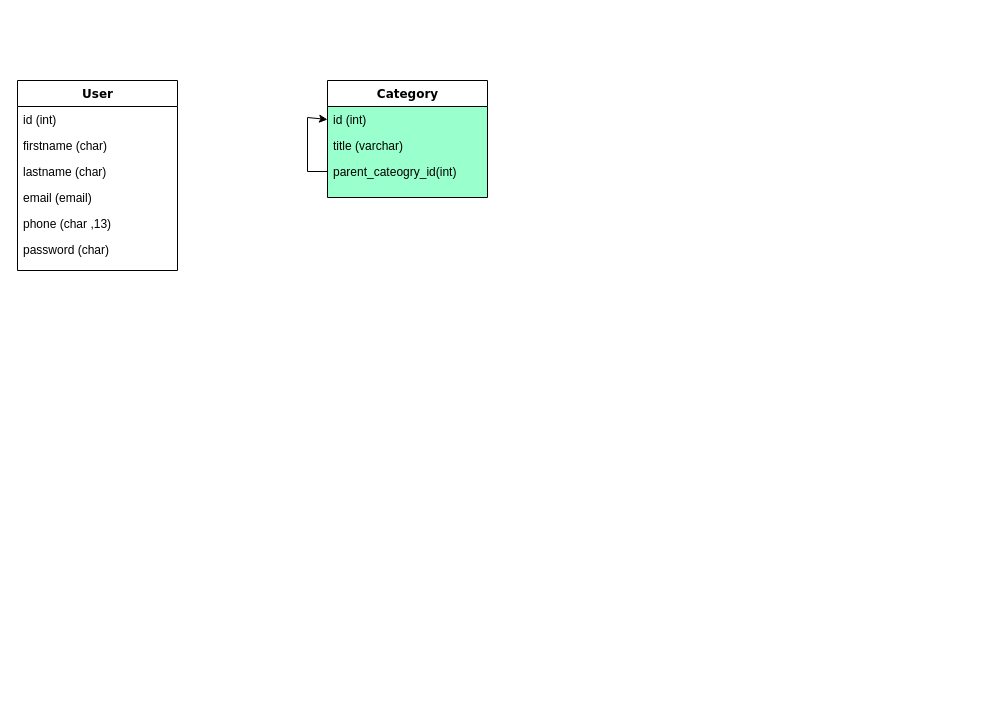
kamrannar/E-commerce-Sellshop keeps this draw.io diagram as Untitled Diagram.drawio. Above is the earlier version. Source tidied: cells renumbered, new cells numbered last; positions are measured from the earlier drawing's top-left corner, leaving out a move shared by most shapes. Both pictures are drawn from the tidied source at 100%, with x=0, y=0 at pixel (17, 80).
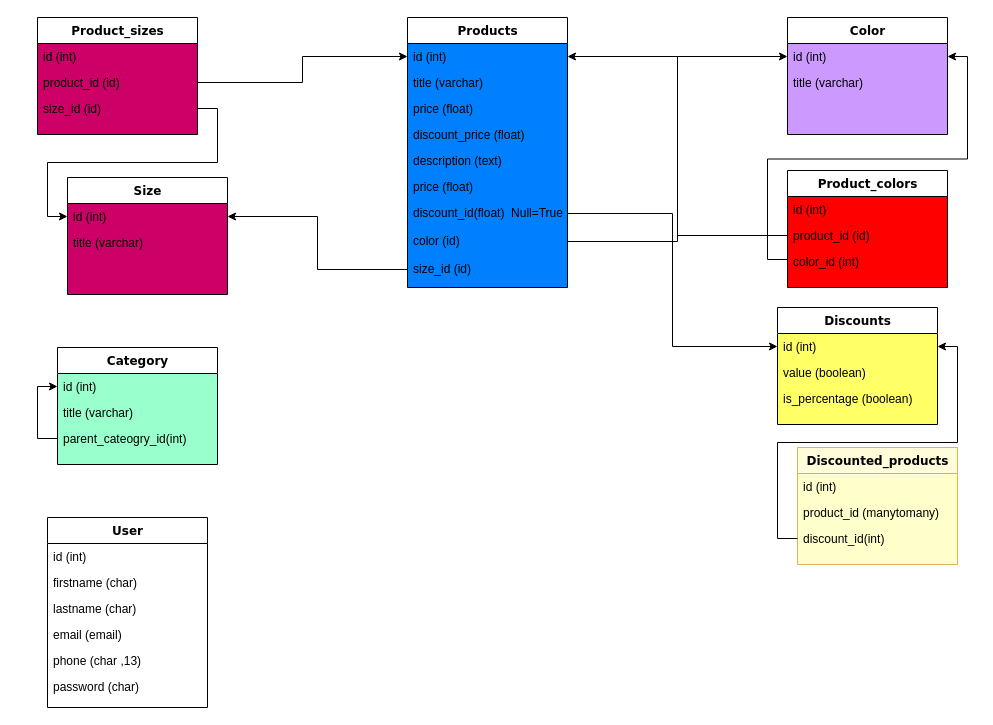
After the change.

Unchanged cells that the change refers to:
```xml
<mxCell id="10" value="id (int)" style="text;html=1;strokeColor=none;fillColor=none;align=left;verticalAlign=top;spacingLeft=4;spacingRight=4;whiteSpace=wrap;overflow=hidden;points=[[0,0.5],[1,0.5]];portConstraint=eastwest;" parent="9" vertex="1">
  <mxGeometry y="26" width="160" height="26" as="geometry" />
</mxCell>
<mxCell id="13" value="parent_cateogry_id(int)" style="text;html=1;strokeColor=none;fillColor=none;align=left;verticalAlign=top;spacingLeft=4;spacingRight=4;whiteSpace=wrap;overflow=hidden;points=[[0,0.5],[1,0.5]];portConstraint=eastwest;" parent="9" vertex="1">
  <mxGeometry y="78" width="160" height="26" as="geometry" />
</mxCell>
```

What changed in the source:
```diff
@@
     <mxCell id="2" value="User" style="swimlane;html=1;fontStyle=1;align=center;verticalAlign=top;horizontal=1;startSize=26;swimlaneFillColor=#ffffff;rounded=0;shadow=0;comic=0;labelBackgroundColor=none;strokeWidth=1;fillColor=none;fontFamily=Verdana;fontSize=12;" parent="1" vertex="1">
-      <mxGeometry width="160" height="190" as="geometry" />
+      <mxGeometry x="30" y="437" width="160" height="190" as="geometry" />
     </mxCell>
@@
     <mxCell id="9" value="Category" style="swimlane;html=1;fontStyle=1;align=center;verticalAlign=top;horizontal=1;startSize=26;swimlaneFillColor=#99FFCC;rounded=0;shadow=0;comic=0;labelBackgroundColor=none;strokeWidth=1;fillColor=none;fontFamily=Verdana;fontSize=12;" parent="1" vertex="1">
-      <mxGeometry x="310" width="160" height="117" as="geometry" />
+      <mxGeometry x="40" y="267" width="160" height="117" as="geometry" />
     </mxCell>
@@
-    <mxCell id="12" style="endArrow=classic;html=1;rounded=0;entryX=0;entryY=0.5;entryDx=0;entryDy=0;exitX=0;exitY=0.5;exitDx=0;exitDy=0;" parent="9" edge="1" source="13" target="10">
-      <mxGeometry relative="1" as="geometry">
-        <Array as="points">
-          <mxPoint x="-20" y="91" />
-          <mxPoint x="-20" y="37" />
-        </Array>
-      </mxGeometry>
+    <mxCell id="12" style="edgeStyle=orthogonalEdgeStyle;rounded=0;jettySize=auto;html=1;exitX=0;exitY=0.5;exitDx=0;exitDy=0;entryX=0;entryY=0.5;entryDx=0;entryDy=0;" parent="9" edge="1" source="13" target="10">
+      <mxGeometry relative="1" as="geometry" />
     </mxCell>
@@
+    <mxCell id="14" value="Color" style="swimlane;html=1;fontStyle=1;align=center;verticalAlign=top;horizontal=1;startSize=26;swimlaneFillColor=#CC99FF;rounded=0;shadow=0;comic=0;labelBackgroundColor=none;strokeWidth=1;fillColor=none;fontFamily=Verdana;fontSize=12;" parent="1" vertex="1">
+      <mxGeometry x="770" y="-63" width="160" height="117" as="geometry" />
+    </mxCell>
+    <mxCell id="15" value="id (int)" style="text;html=1;strokeColor=none;fillColor=none;align=left;verticalAlign=top;spacingLeft=4;spacingRight=4;whiteSpace=wrap;overflow=hidden;points=[[0,0.5],[1,0.5]];portConstraint=eastwest;" parent="14" vertex="1">
+      <mxGeometry y="26" width="160" height="26" as="geometry" />
+    </mxCell>
+    <mxCell id="16" value="title (varchar)" style="text;html=1;strokeColor=none;fillColor=none;align=left;verticalAlign=top;spacingLeft=4;spacingRight=4;whiteSpace=wrap;overflow=hidden;" parent="14" vertex="1">
+      <mxGeometry y="52" width="160" height="26" as="geometry" />
+    </mxCell>
+    <mxCell id="17" value="Size" style="swimlane;html=1;fontStyle=1;align=center;verticalAlign=top;horizontal=1;startSize=26;swimlaneFillColor=#CC0066;rounded=0;shadow=0;comic=0;labelBackgroundColor=none;strokeWidth=1;fillColor=none;fontFamily=Verdana;fontSize=12;" parent="1" vertex="1">
+      <mxGeometry x="50" y="97" width="160" height="117" as="geometry" />
+    </mxCell>
+    <mxCell id="18" value="id (int)" style="text;html=1;strokeColor=none;fillColor=none;align=left;verticalAlign=top;spacingLeft=4;spacingRight=4;whiteSpace=wrap;overflow=hidden;points=[[0,0.5],[1,0.5]];portConstraint=eastwest;" parent="17" vertex="1">
+      <mxGeometry y="26" width="160" height="26" as="geometry" />
+    </mxCell>
+    <mxCell id="19" value="title (varchar)" style="text;html=1;strokeColor=none;fillColor=none;align=left;verticalAlign=top;spacingLeft=4;spacingRight=4;whiteSpace=wrap;overflow=hidden;" parent="17" vertex="1">
+      <mxGeometry y="52" width="160" height="26" as="geometry" />
+    </mxCell>
+    <mxCell id="20" value="Products" style="swimlane;html=1;fontStyle=1;align=center;verticalAlign=top;horizontal=1;startSize=26;swimlaneFillColor=#007FFF;rounded=0;shadow=0;comic=0;labelBackgroundColor=none;strokeWidth=1;fillColor=none;fontFamily=Verdana;fontSize=12;" parent="1" vertex="1">
+      <mxGeometry x="390" y="-63" width="160" height="270" as="geometry" />
+    </mxCell>
+    <mxCell id="21" value="id (int)" style="text;html=1;strokeColor=none;fillColor=none;align=left;verticalAlign=top;spacingLeft=4;spacingRight=4;whiteSpace=wrap;overflow=hidden;points=[[0,0.5],[1,0.5]];portConstraint=eastwest;" parent="20" vertex="1">
+      <mxGeometry y="26" width="160" height="26" as="geometry" />
+    </mxCell>
+    <mxCell id="22" value="title (varchar)" style="text;html=1;strokeColor=none;fillColor=none;align=left;verticalAlign=top;spacingLeft=4;spacingRight=4;whiteSpace=wrap;overflow=hidden;" parent="20" vertex="1">
+      <mxGeometry y="52" width="160" height="26" as="geometry" />
+    </mxCell>
+    <mxCell id="23" value="price (float)&lt;br&gt;&lt;br&gt;" style="text;html=1;strokeColor=none;fillColor=none;align=left;verticalAlign=top;spacingLeft=4;spacingRight=4;whiteSpace=wrap;overflow=hidden;" parent="20" vertex="1">
+      <mxGeometry y="78" width="160" height="26" as="geometry" />
+    </mxCell>
+    <mxCell id="24" value="discount_price (float)&lt;br&gt;" style="text;html=1;strokeColor=none;fillColor=none;align=left;verticalAlign=top;spacingLeft=4;spacingRight=4;whiteSpace=wrap;overflow=hidden;" parent="20" vertex="1">
+      <mxGeometry y="104" width="160" height="26" as="geometry" />
+    </mxCell>
+    <mxCell id="25" value="description (text)" style="text;html=1;strokeColor=none;fillColor=none;align=left;verticalAlign=top;spacingLeft=4;spacingRight=4;whiteSpace=wrap;overflow=hidden;" parent="20" vertex="1">
+      <mxGeometry y="130" width="160" height="26" as="geometry" />
+    </mxCell>
+    <mxCell id="26" value="price (float)&lt;br&gt;&lt;br&gt;" style="text;html=1;strokeColor=none;fillColor=none;align=left;verticalAlign=top;spacingLeft=4;spacingRight=4;whiteSpace=wrap;overflow=hidden;" parent="20" vertex="1">
+      <mxGeometry y="156" width="160" height="26" as="geometry" />
+    </mxCell>
+    <mxCell id="27" value="discount_id(float)&amp;nbsp; Null=True" style="text;html=1;strokeColor=none;fillColor=none;align=left;verticalAlign=top;spacingLeft=4;spacingRight=4;whiteSpace=wrap;overflow=hidden;points=[[0,0.5],[1,0.5]];portConstraint=eastwest;" parent="20" vertex="1">
+      <mxGeometry y="182" width="160" height="28" as="geometry" />
+    </mxCell>
+    <mxCell id="28" value="color (id)&amp;nbsp;" style="text;html=1;strokeColor=none;fillColor=none;align=left;verticalAlign=top;spacingLeft=4;spacingRight=4;whiteSpace=wrap;overflow=hidden;points=[[0,0.5],[1,0.5]];portConstraint=eastwest;" parent="20" vertex="1">
+      <mxGeometry y="210" width="160" height="28" as="geometry" />
+    </mxCell>
+    <mxCell id="29" value="size_id (id)&amp;nbsp;" style="text;html=1;strokeColor=none;fillColor=none;align=left;verticalAlign=top;spacingLeft=4;spacingRight=4;whiteSpace=wrap;overflow=hidden;points=[[0,0.5],[1,0.5]];portConstraint=eastwest;" parent="20" vertex="1">
+      <mxGeometry y="238" width="160" height="28" as="geometry" />
+    </mxCell>
+    <mxCell id="30" value="Discounts" style="swimlane;html=1;fontStyle=1;align=center;verticalAlign=top;horizontal=1;startSize=26;swimlaneFillColor=#FFFF66;rounded=0;shadow=0;comic=0;labelBackgroundColor=none;strokeWidth=1;fillColor=none;fontFamily=Verdana;fontSize=12;" parent="1" vertex="1">
+      <mxGeometry x="760" y="227" width="160" height="117" as="geometry" />
+    </mxCell>
+    <mxCell id="31" value="id (int)" style="text;html=1;strokeColor=none;fillColor=none;align=left;verticalAlign=top;spacingLeft=4;spacingRight=4;whiteSpace=wrap;overflow=hidden;points=[[0,0.5],[1,0.5]];portConstraint=eastwest;" parent="30" vertex="1">
+      <mxGeometry y="26" width="160" height="26" as="geometry" />
+    </mxCell>
+    <mxCell id="32" value="value (boolean)&lt;br&gt;&lt;br&gt;" style="text;html=1;strokeColor=none;fillColor=none;align=left;verticalAlign=top;spacingLeft=4;spacingRight=4;whiteSpace=wrap;overflow=hidden;" parent="30" vertex="1">
+      <mxGeometry y="52" width="160" height="26" as="geometry" />
+    </mxCell>
+    <mxCell id="33" value="is_percentage (boolean)" style="text;html=1;strokeColor=none;fillColor=none;align=left;verticalAlign=top;spacingLeft=4;spacingRight=4;whiteSpace=wrap;overflow=hidden;" parent="30" vertex="1">
+      <mxGeometry y="78" width="160" height="26" as="geometry" />
+    </mxCell>
+    <mxCell id="34" value="Discounted_products" style="swimlane;html=1;fontStyle=1;align=center;verticalAlign=top;horizontal=1;startSize=26;swimlaneFillColor=#FFFFCC;rounded=0;shadow=0;comic=0;labelBackgroundColor=none;strokeWidth=1;fillColor=#FFFCD9;fontFamily=Verdana;fontSize=12;strokeColor=#d6b656;" parent="1" vertex="1">
+      <mxGeometry x="780" y="367" width="160" height="117" as="geometry" />
+    </mxCell>
+    <mxCell id="35" value="id (int)" style="text;html=1;strokeColor=none;fillColor=none;align=left;verticalAlign=top;spacingLeft=4;spacingRight=4;whiteSpace=wrap;overflow=hidden;" parent="34" vertex="1">
+      <mxGeometry y="26" width="160" height="26" as="geometry" />
+    </mxCell>
+    <mxCell id="36" value="product_id (manytomany)" style="text;html=1;strokeColor=none;fillColor=none;align=left;verticalAlign=top;spacingLeft=4;spacingRight=4;whiteSpace=wrap;overflow=hidden;" parent="34" vertex="1">
+      <mxGeometry y="52" width="160" height="26" as="geometry" />
+    </mxCell>
+    <mxCell id="37" value="discount_id(int)" style="text;html=1;strokeColor=none;fillColor=none;align=left;verticalAlign=top;spacingLeft=4;spacingRight=4;whiteSpace=wrap;overflow=hidden;points=[[0,0.5],[1,0.5]];portConstraint=eastwest;" parent="34" vertex="1">
+      <mxGeometry y="78" width="160" height="26" as="geometry" />
+    </mxCell>
+    <mxCell id="38" style="edgeStyle=orthogonalEdgeStyle;rounded=0;jettySize=auto;html=1;exitX=0;exitY=0.5;exitDx=0;exitDy=0;entryX=1;entryY=0.5;entryDx=0;entryDy=0;" parent="1" edge="1" source="37" target="31">
+      <mxGeometry relative="1" as="geometry" />
+    </mxCell>
+    <mxCell id="39" value="Product_sizes" style="swimlane;html=1;fontStyle=1;align=center;verticalAlign=top;horizontal=1;startSize=26;swimlaneFillColor=#CC0066;rounded=0;shadow=0;comic=0;labelBackgroundColor=none;strokeWidth=1;fillColor=none;fontFamily=Verdana;fontSize=12;" parent="1" vertex="1">
+      <mxGeometry x="20" y="-63" width="160" height="117" as="geometry" />
+    </mxCell>
+    <mxCell id="40" value="id (int)" style="text;html=1;strokeColor=none;fillColor=none;align=left;verticalAlign=top;spacingLeft=4;spacingRight=4;whiteSpace=wrap;overflow=hidden;" parent="39" vertex="1">
+      <mxGeometry y="26" width="160" height="26" as="geometry" />
+    </mxCell>
+    <mxCell id="41" value="product_id (id)" style="text;html=1;strokeColor=none;fillColor=none;align=left;verticalAlign=top;spacingLeft=4;spacingRight=4;whiteSpace=wrap;overflow=hidden;points=[[0,0.5],[1,0.5]];portConstraint=eastwest;" parent="39" vertex="1">
+      <mxGeometry y="52" width="160" height="26" as="geometry" />
+    </mxCell>
+    <mxCell id="42" value="size_id (id)" style="text;html=1;strokeColor=none;fillColor=none;align=left;verticalAlign=top;spacingLeft=4;spacingRight=4;whiteSpace=wrap;overflow=hidden;points=[[0,0.5],[1,0.5]];portConstraint=eastwest;" parent="39" vertex="1">
+      <mxGeometry y="78" width="160" height="26" as="geometry" />
+    </mxCell>
+    <mxCell id="43" value="Product_colors" style="swimlane;html=1;fontStyle=1;align=center;verticalAlign=top;horizontal=1;startSize=26;swimlaneFillColor=#FF0000;rounded=0;shadow=0;comic=0;labelBackgroundColor=none;strokeWidth=1;fillColor=none;fontFamily=Verdana;fontSize=12;" parent="1" vertex="1">
+      <mxGeometry x="770" y="90" width="160" height="117" as="geometry" />
+    </mxCell>
+    <mxCell id="44" value="id (int)" style="text;html=1;strokeColor=none;fillColor=none;align=left;verticalAlign=top;spacingLeft=4;spacingRight=4;whiteSpace=wrap;overflow=hidden;" parent="43" vertex="1">
+      <mxGeometry y="26" width="160" height="26" as="geometry" />
+    </mxCell>
+    <mxCell id="45" value="product_id (id)" style="text;html=1;strokeColor=none;fillColor=none;align=left;verticalAlign=top;spacingLeft=4;spacingRight=4;whiteSpace=wrap;overflow=hidden;points=[[0,0.5],[1,0.5]];portConstraint=eastwest;" parent="43" vertex="1">
+      <mxGeometry y="52" width="160" height="26" as="geometry" />
+    </mxCell>
+    <mxCell id="46" value="color_id (int)" style="text;html=1;strokeColor=none;fillColor=none;align=left;verticalAlign=top;spacingLeft=4;spacingRight=4;whiteSpace=wrap;overflow=hidden;points=[[0,0.5],[1,0.5]];portConstraint=eastwest;" parent="43" vertex="1">
+      <mxGeometry y="78" width="160" height="22" as="geometry" />
+    </mxCell>
+    <mxCell id="47" style="edgeStyle=orthogonalEdgeStyle;rounded=0;jettySize=auto;html=1;" parent="1" edge="1" source="29" target="18">
+      <mxGeometry relative="1" as="geometry" />
+    </mxCell>
+    <mxCell id="48" style="edgeStyle=orthogonalEdgeStyle;rounded=0;jettySize=auto;html=1;" parent="1" edge="1" source="28" target="15">
+      <mxGeometry relative="1" as="geometry" />
+    </mxCell>
+    <mxCell id="49" style="edgeStyle=orthogonalEdgeStyle;rounded=0;jettySize=auto;html=1;" parent="1" edge="1" source="45" target="21">
+      <mxGeometry relative="1" as="geometry" />
+    </mxCell>
+    <mxCell id="50" style="edgeStyle=orthogonalEdgeStyle;rounded=0;jettySize=auto;html=1;" parent="1" edge="1" source="41" target="21">
+      <mxGeometry relative="1" as="geometry" />
+    </mxCell>
+    <mxCell id="51" style="edgeStyle=orthogonalEdgeStyle;rounded=0;jettySize=auto;html=1;" parent="1" edge="1" source="42" target="18">
+      <mxGeometry relative="1" as="geometry" />
+    </mxCell>
+    <mxCell id="52" style="edgeStyle=orthogonalEdgeStyle;rounded=0;jettySize=auto;html=1;" parent="1" edge="1" source="46" target="15">
+      <mxGeometry relative="1" as="geometry" />
+    </mxCell>
+    <mxCell id="53" style="edgeStyle=orthogonalEdgeStyle;rounded=0;jettySize=auto;html=1;" parent="1" edge="1" source="27" target="31">
+      <mxGeometry relative="1" as="geometry" />
+    </mxCell>
```
